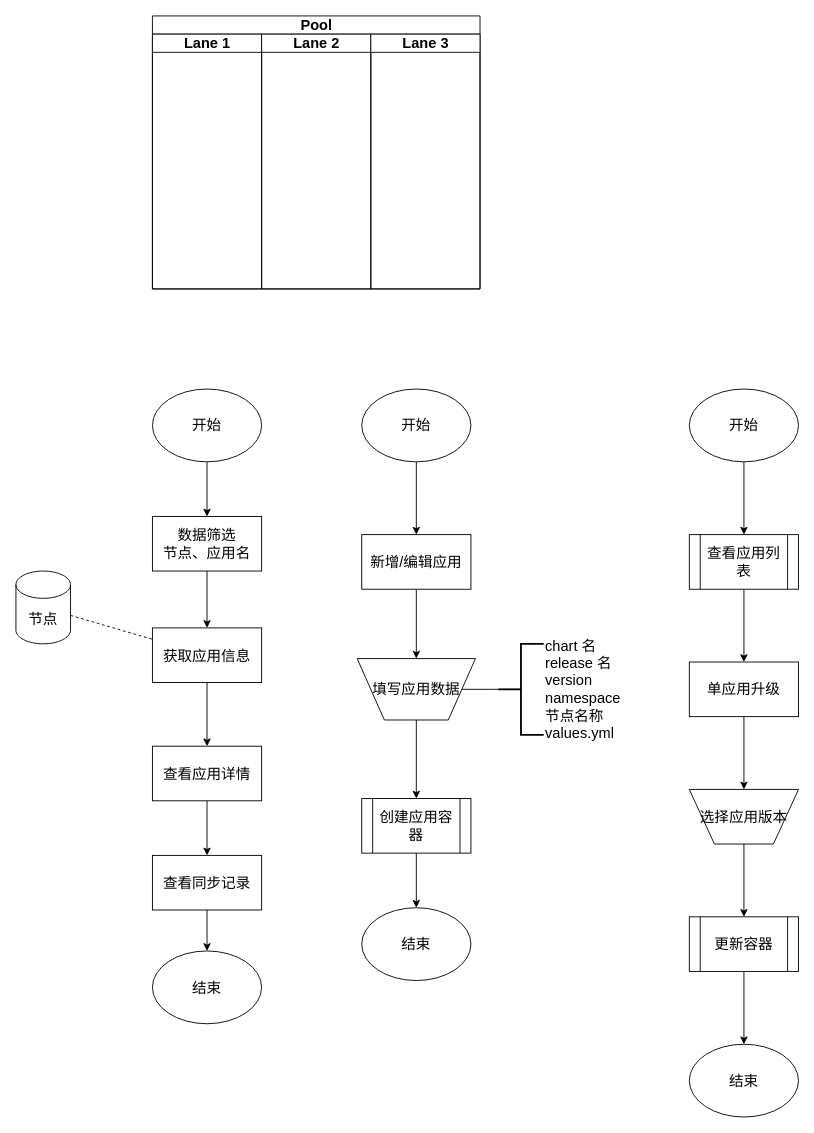
This is page "节点-应用版本管理" (6 of 10) of devops/upgrade.drawio from zhuoooo/doodles, a draw.io file, before an edit. Source tidied: cells renumbered, new cells numbered last; positions are measured from the earlier drawing's top-left corner, leaving out a move shared by most shapes. Both pictures are drawn from the tidied source at 91%, with x=0, y=0 at pixel (15, 15).
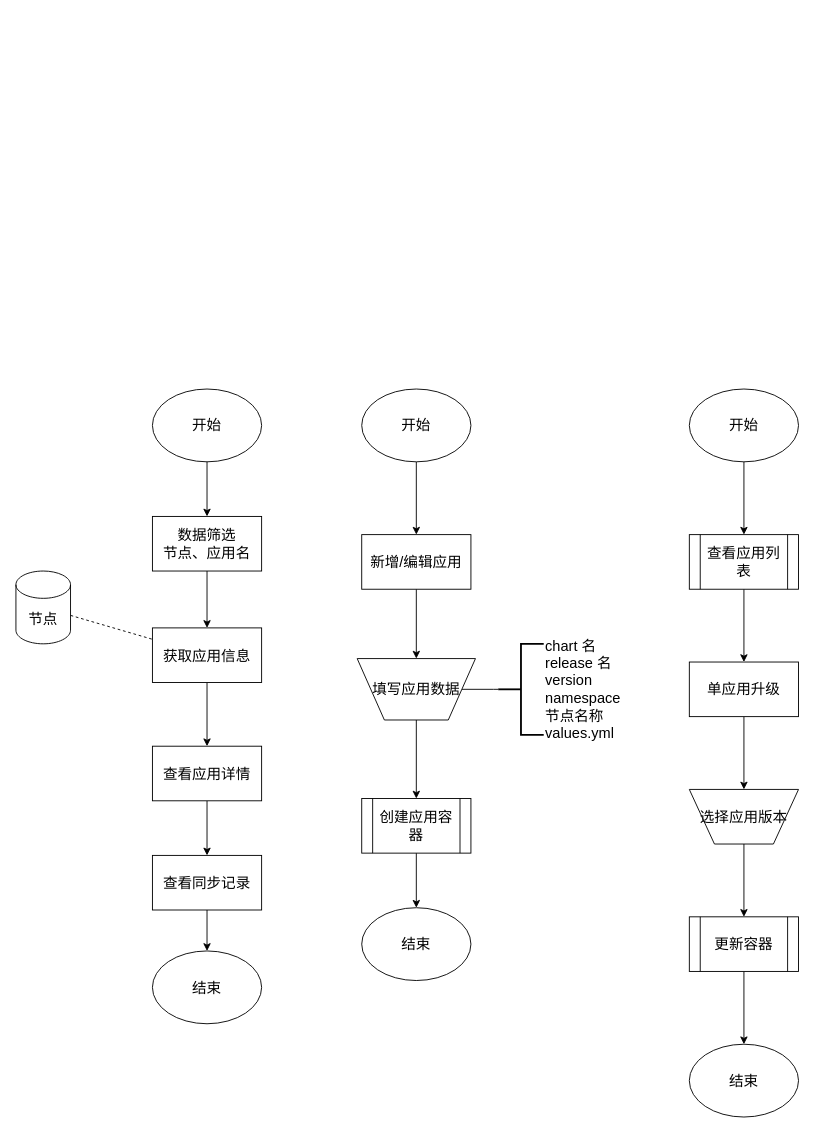
After the change.

What changed in the source:
```diff
@@
-    <mxCell id="13" value="Pool" style="swimlane;startSize=20;html=1;fontSize=16;" parent="1" vertex="1">
-      <mxGeometry x="150" width="360" height="300" as="geometry" />
-    </mxCell>
-    <mxCell id="14" value="Lane 1" style="swimlane;startSize=20;html=1;fontSize=16;" parent="13" vertex="1">
-      <mxGeometry y="20" width="120" height="280" as="geometry" />
-    </mxCell>
-    <mxCell id="15" value="Lane 2" style="swimlane;startSize=20;html=1;fontSize=16;" parent="13" vertex="1">
-      <mxGeometry x="120" y="20" width="120" height="280" as="geometry" />
-    </mxCell>
-    <mxCell id="16" value="Lane 3" style="swimlane;startSize=20;html=1;fontSize=16;" parent="13" vertex="1">
-      <mxGeometry x="240" y="20" width="120" height="280" as="geometry" />
-    </mxCell>
```
